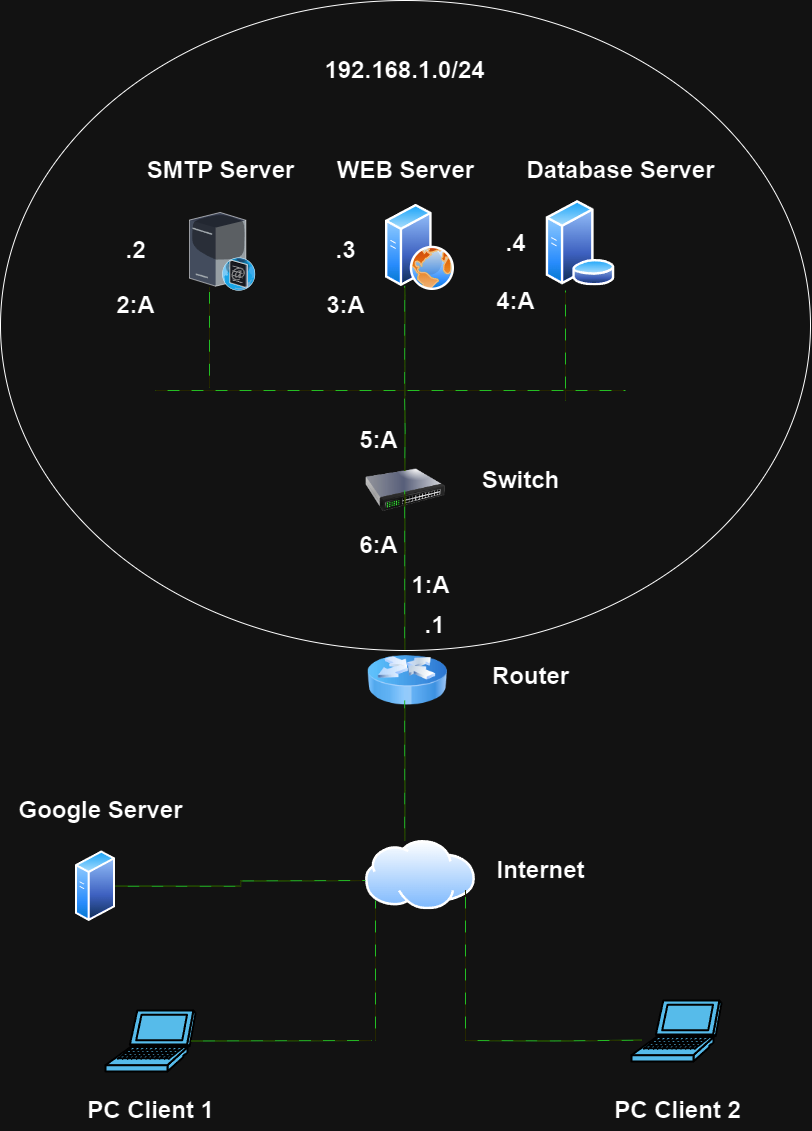
Before: src/main/resources/static/images/README/schemas/network/marketnexus_network.png, a diagram exported from draw.io (MattDEV02/MarketNexus). Source tidied: cells renumbered, new cells last; positions are measured from the earlier drawing's top-left corner, leaving out a move shared by most shapes. Its diagram source:
```xml
<mxGraphModel>
  <root>
    <mxCell id="0" />
    <mxCell id="1" parent="0" />
    <mxCell id="2" style="shape=mxgraph.cisco.computers_and_peripherals.laptop;html=1;dashed=0;fillColor=#036897;strokeColor=#ffffff;strokeWidth=2;verticalLabelPosition=bottom;verticalAlign=top;align=center;" parent="1" vertex="1">
      <mxGeometry x="631" y="1000" width="90" height="61" as="geometry" />
    </mxCell>
    <mxCell id="3" style="shape=mxgraph.cisco.computers_and_peripherals.laptop;html=1;dashed=0;fillColor=#036897;strokeColor=#ffffff;strokeWidth=2;verticalLabelPosition=bottom;verticalAlign=top;align=center;outlineConnect=0;" parent="1" vertex="1">
      <mxGeometry x="105" y="1010" width="90" height="61" as="geometry" />
    </mxCell>
    <mxCell id="4" style="image;perimeter=ellipsePerimeter;html=1;align=center;shadow=0;dashed=0;spacingTop=3;image=img/lib/active_directory/internet_cloud.svg;" parent="1" vertex="1">
      <mxGeometry x="365" y="840" width="110" height="69.3" as="geometry" />
    </mxCell>
    <mxCell id="5" style="image;perimeter=ellipsePerimeter;html=1;align=center;shadow=0;dashed=0;spacingTop=3;image=img/lib/active_directory/database_server.svg;" parent="1" vertex="1">
      <mxGeometry x="545" y="200" width="70" height="85.4" as="geometry" />
    </mxCell>
    <mxCell id="6" style="image;perimeter=ellipsePerimeter;html=1;align=center;shadow=0;dashed=0;spacingTop=3;image=img/lib/active_directory/web_server.svg;" parent="1" vertex="1">
      <mxGeometry x="385" y="203.8" width="69" height="86.2" as="geometry" />
    </mxCell>
    <mxCell id="7" style="verticalLabelPosition=bottom;sketch=0;html=1;verticalAlign=top;strokeColor=none;align=center;shape=mxgraph.citrix.smtp_server;" parent="1" vertex="1">
      <mxGeometry x="189" y="210" width="66" height="79.9" as="geometry" />
    </mxCell>
    <mxCell id="8" style="image;perimeter=ellipsePerimeter;html=1;align=center;shadow=0;dashed=0;spacingTop=3;image=img/lib/active_directory/generic_server.svg;" parent="1" vertex="1">
      <mxGeometry x="75" y="850" width="40" height="71.4" as="geometry" />
    </mxCell>
    <mxCell id="9" style="image;html=1;image=img/lib/clip_art/networking/Switch_128x128.png;" parent="1" vertex="1">
      <mxGeometry x="365" y="450" width="80" height="80" as="geometry" />
    </mxCell>
    <mxCell id="10" style="image;html=1;image=img/lib/clip_art/networking/Router_Icon_128x128.png;" parent="1" vertex="1">
      <mxGeometry x="367" y="640" width="80" height="80" as="geometry" />
    </mxCell>
    <mxCell id="11" style="shape=wire;edgeStyle=orthogonalEdgeStyle;orthogonalLoop=1;jettySize=auto;html=1;sourcePerimeterSpacing=0;targetPerimeterSpacing=0;endArrow=none;curved=0;rounded=0;strokeColor=#009900;dashed=1;fillColor=#ffff00;dashPattern=12 12;fixDash=1;startSize=6;endSize=6;" parent="1" edge="1">
      <mxGeometry relative="1" as="geometry">
        <mxPoint x="155" y="390" as="sourcePoint" />
        <mxPoint x="625" y="390" as="targetPoint" />
      </mxGeometry>
    </mxCell>
    <mxCell id="12" style="shape=wire;edgeStyle=orthogonalEdgeStyle;orthogonalLoop=1;jettySize=auto;html=1;sourcePerimeterSpacing=0;targetPerimeterSpacing=0;endArrow=none;curved=0;rounded=0;strokeColor=#009900;dashed=1;fillColor=#ffff00;dashPattern=12 12;fixDash=1;startSize=6;endSize=6;" parent="1" edge="1">
      <mxGeometry relative="1" as="geometry">
        <mxPoint x="404.2" y="470" as="sourcePoint" />
        <mxPoint x="404" y="390" as="targetPoint" />
      </mxGeometry>
    </mxCell>
    <mxCell id="13" style="shape=wire;edgeStyle=orthogonalEdgeStyle;orthogonalLoop=1;jettySize=auto;html=1;sourcePerimeterSpacing=0;targetPerimeterSpacing=0;endArrow=none;curved=0;rounded=0;strokeColor=#009900;dashed=1;fillColor=#ffff00;dashPattern=12 12;fixDash=1;startSize=6;endSize=6;" parent="1" edge="1">
      <mxGeometry relative="1" as="geometry">
        <mxPoint x="404.2" y="650" as="sourcePoint" />
        <mxPoint x="404.2" y="490" as="targetPoint" />
        <Array as="points">
          <mxPoint x="404.2" y="550" />
          <mxPoint x="404.2" y="550" />
        </Array>
      </mxGeometry>
    </mxCell>
    <mxCell id="14" style="shape=wire;edgeStyle=orthogonalEdgeStyle;orthogonalLoop=1;jettySize=auto;html=1;sourcePerimeterSpacing=0;targetPerimeterSpacing=0;endArrow=none;curved=0;rounded=0;strokeColor=#009900;dashed=1;fillColor=#ffff00;dashPattern=12 12;fixDash=1;startSize=6;endSize=6;" parent="1" edge="1">
      <mxGeometry relative="1" as="geometry">
        <mxPoint x="404.2" y="840" as="sourcePoint" />
        <mxPoint x="404.2" y="700" as="targetPoint" />
        <Array as="points">
          <mxPoint x="404.2" y="790" />
          <mxPoint x="404.2" y="790" />
        </Array>
      </mxGeometry>
    </mxCell>
    <mxCell id="15" style="shape=wire;edgeStyle=orthogonalEdgeStyle;jettySize=auto;html=1;sourcePerimeterSpacing=0;targetPerimeterSpacing=0;endArrow=none;curved=0;rounded=0;strokeColor=#009900;dashed=1;fillColor=#ffff00;dashPattern=12 12;fixDash=1;startSize=6;endSize=6;exitX=1;exitY=0.5;exitDx=0;exitDy=0;" parent="1" edge="1" source="8">
      <mxGeometry relative="1" as="geometry">
        <mxPoint x="365" y="880" as="targetPoint" />
      </mxGeometry>
    </mxCell>
    <mxCell id="16" style="edgeStyle=orthogonalEdgeStyle;rounded=0;orthogonalLoop=1;jettySize=auto;html=1;exitX=0.5;exitY=1;exitDx=0;exitDy=0;exitPerimeter=0;" parent="1" edge="1" source="3" target="3">
      <mxGeometry relative="1" as="geometry" />
    </mxCell>
    <mxCell id="17" style="shape=wire;edgeStyle=orthogonalEdgeStyle;jettySize=auto;html=1;sourcePerimeterSpacing=0;targetPerimeterSpacing=0;endArrow=none;curved=0;rounded=0;strokeColor=#009900;dashed=1;fillColor=#ffff00;dashPattern=12 12;fixDash=1;startSize=6;endSize=6;exitX=0.95;exitY=0.5;exitDx=0;exitDy=0;exitPerimeter=0;" parent="1" edge="1" source="3">
      <mxGeometry relative="1" as="geometry">
        <mxPoint x="371" y="1040" as="targetPoint" />
      </mxGeometry>
    </mxCell>
    <mxCell id="18" style="shape=wire;edgeStyle=orthogonalEdgeStyle;orthogonalLoop=1;jettySize=auto;html=1;sourcePerimeterSpacing=0;targetPerimeterSpacing=0;endArrow=none;curved=0;rounded=0;strokeColor=#009900;dashed=1;fillColor=#ffff00;dashPattern=12 12;fixDash=1;startSize=6;endSize=6;" parent="1" edge="1">
      <mxGeometry relative="1" as="geometry">
        <mxPoint x="465" y="1040" as="sourcePoint" />
        <mxPoint x="641" y="1039.7" as="targetPoint" />
      </mxGeometry>
    </mxCell>
    <mxCell id="19" style="shape=wire;edgeStyle=orthogonalEdgeStyle;orthogonalLoop=1;jettySize=auto;html=1;sourcePerimeterSpacing=0;targetPerimeterSpacing=0;endArrow=none;curved=0;rounded=0;strokeColor=#009900;dashed=1;fillColor=#ffff00;dashPattern=12 12;fixDash=1;startSize=6;endSize=6;" parent="1" edge="1">
      <mxGeometry relative="1" as="geometry">
        <mxPoint x="465" y="1040" as="sourcePoint" />
        <mxPoint x="465" y="890" as="targetPoint" />
      </mxGeometry>
    </mxCell>
    <mxCell id="20" style="shape=wire;edgeStyle=orthogonalEdgeStyle;orthogonalLoop=1;jettySize=auto;html=1;sourcePerimeterSpacing=0;targetPerimeterSpacing=0;endArrow=none;curved=0;rounded=0;strokeColor=#009900;dashed=1;fillColor=#ffff00;dashPattern=12 12;fixDash=1;startSize=6;endSize=6;" parent="1" edge="1">
      <mxGeometry relative="1" as="geometry">
        <mxPoint x="375" y="1040" as="sourcePoint" />
        <mxPoint x="375" y="900" as="targetPoint" />
      </mxGeometry>
    </mxCell>
    <mxCell id="21" style="shape=wire;edgeStyle=orthogonalEdgeStyle;orthogonalLoop=1;jettySize=auto;html=1;sourcePerimeterSpacing=0;targetPerimeterSpacing=0;endArrow=none;curved=0;rounded=0;strokeColor=#009900;dashed=1;fillColor=#ffff00;dashPattern=12 12;fixDash=1;startSize=6;endSize=6;" parent="1" edge="1">
      <mxGeometry relative="1" as="geometry">
        <mxPoint x="209" y="387.3" as="sourcePoint" />
        <mxPoint x="209" y="287.3" as="targetPoint" />
      </mxGeometry>
    </mxCell>
    <mxCell id="22" style="shape=wire;edgeStyle=orthogonalEdgeStyle;orthogonalLoop=1;jettySize=auto;html=1;sourcePerimeterSpacing=0;targetPerimeterSpacing=0;endArrow=none;curved=0;rounded=0;strokeColor=#009900;dashed=1;fillColor=#ffff00;dashPattern=12 12;fixDash=1;startSize=6;endSize=6;" parent="1" edge="1">
      <mxGeometry relative="1" as="geometry">
        <mxPoint x="404.2" y="395.4" as="sourcePoint" />
        <mxPoint x="404.2" y="285.4" as="targetPoint" />
        <Array as="points">
          <mxPoint x="404.2" y="295.4" />
          <mxPoint x="404.2" y="295.4" />
        </Array>
      </mxGeometry>
    </mxCell>
    <mxCell id="23" style="shape=wire;edgeStyle=orthogonalEdgeStyle;orthogonalLoop=1;jettySize=auto;html=1;sourcePerimeterSpacing=0;targetPerimeterSpacing=0;endArrow=none;curved=0;rounded=0;strokeColor=#009900;dashed=1;fillColor=#ffff00;dashPattern=12 12;fixDash=1;startSize=6;endSize=6;" parent="1" edge="1">
      <mxGeometry relative="1" as="geometry">
        <mxPoint x="565" y="400" as="sourcePoint" />
        <mxPoint x="565" y="290" as="targetPoint" />
        <Array as="points">
          <mxPoint x="565" y="400" />
          <mxPoint x="565" y="400" />
        </Array>
      </mxGeometry>
    </mxCell>
    <mxCell id="24" value="SMTP Server" style="text;strokeColor=none;fillColor=none;html=1;fontSize=24;fontStyle=1;verticalAlign=middle;align=center;" parent="1" vertex="1">
      <mxGeometry x="175" y="150" width="90" height="40" as="geometry" />
    </mxCell>
    <mxCell id="25" value="WEB Server" style="text;strokeColor=none;fillColor=none;html=1;fontSize=24;fontStyle=1;verticalAlign=middle;align=center;" parent="1" vertex="1">
      <mxGeometry x="360" y="150" width="90" height="40" as="geometry" />
    </mxCell>
    <mxCell id="26" value="Database Server" style="text;strokeColor=none;fillColor=none;html=1;fontSize=24;fontStyle=1;verticalAlign=middle;align=center;" parent="1" vertex="1">
      <mxGeometry x="575" y="150" width="90" height="40" as="geometry" />
    </mxCell>
    <mxCell id="27" value="Switch" style="text;strokeColor=none;fillColor=none;html=1;fontSize=24;fontStyle=1;verticalAlign=middle;align=center;" parent="1" vertex="1">
      <mxGeometry x="475" y="460" width="90" height="40" as="geometry" />
    </mxCell>
    <mxCell id="28" value="Router" style="text;strokeColor=none;fillColor=none;html=1;fontSize=24;fontStyle=1;verticalAlign=middle;align=center;" parent="1" vertex="1">
      <mxGeometry x="485" y="656" width="90" height="40" as="geometry" />
    </mxCell>
    <mxCell id="29" value="Google Server" style="text;strokeColor=none;fillColor=none;html=1;fontSize=24;fontStyle=1;verticalAlign=middle;align=center;" parent="1" vertex="1">
      <mxGeometry x="55" y="790" width="90" height="40" as="geometry" />
    </mxCell>
    <mxCell id="30" value="Internet" style="text;strokeColor=none;fillColor=none;html=1;fontSize=24;fontStyle=1;verticalAlign=middle;align=center;" parent="1" vertex="1">
      <mxGeometry x="495" y="850" width="90" height="40" as="geometry" />
    </mxCell>
    <mxCell id="31" value="PC Client 1" style="text;strokeColor=none;fillColor=none;html=1;fontSize=24;fontStyle=1;verticalAlign=middle;align=center;" parent="1" vertex="1">
      <mxGeometry x="105" y="1090" width="90" height="40" as="geometry" />
    </mxCell>
    <mxCell id="32" value="PC Client 2" style="text;strokeColor=none;fillColor=none;html=1;fontSize=24;fontStyle=1;verticalAlign=middle;align=center;" parent="1" vertex="1">
      <mxGeometry x="632" y="1090" width="90" height="40" as="geometry" />
    </mxCell>
    <mxCell id="33" style="ellipse;whiteSpace=wrap;html=1;fillColor=none;" parent="1" vertex="1">
      <mxGeometry width="810" height="650" as="geometry" />
    </mxCell>
    <mxCell id="34" value="192.168.1.0/24" style="text;strokeColor=none;fillColor=none;html=1;fontSize=24;fontStyle=1;verticalAlign=middle;align=center;" parent="1" vertex="1">
      <mxGeometry x="354" y="50" width="100" height="40" as="geometry" />
    </mxCell>
    <mxCell id="35" value=".2" style="text;strokeColor=none;fillColor=none;html=1;fontSize=24;fontStyle=1;verticalAlign=middle;align=center;" parent="1" vertex="1">
      <mxGeometry x="85" y="229.9" width="100" height="40" as="geometry" />
    </mxCell>
    <mxCell id="36" value=".3" style="text;strokeColor=none;fillColor=none;html=1;fontSize=24;fontStyle=1;verticalAlign=middle;align=center;" parent="1" vertex="1">
      <mxGeometry x="295" y="229.9" width="100" height="40" as="geometry" />
    </mxCell>
    <mxCell id="37" value=".4&lt;span style=&quot;color: rgba(0, 0, 0, 0); font-family: monospace; font-size: 0px; font-weight: 400; text-align: start;&quot;&gt;%3CmxGraphModel%3E%3Croot%3E%3CmxCell%20id%3D%220%22%2F%3E%3CmxCell%20id%3D%221%22%20parent%3D%220%22%2F%3E%3CmxCell%20id%3D%222%22%20value%3D%22.1%22%20style%3D%22text%3BstrokeColor%3Dnone%3BfillColor%3Dnone%3Bhtml%3D1%3BfontSize%3D24%3BfontStyle%3D1%3BverticalAlign%3Dmiddle%3Balign%3Dcenter%3B%22%20vertex%3D%221%22%20parent%3D%221%22%3E%3CmxGeometry%20x%3D%22120%22%20y%3D%22229.94%22%20width%3D%22100%22%20height%3D%2240%22%20as%3D%22geometry%22%2F%3E%3C%2FmxCell%3E%3C%2Froot%3E%3C%2FmxGraphModel%3E&lt;/span&gt;" style="text;strokeColor=none;fillColor=none;html=1;fontSize=24;fontStyle=1;verticalAlign=middle;align=center;" parent="1" vertex="1">
      <mxGeometry x="465" y="222.7" width="100" height="40" as="geometry" />
    </mxCell>
    <mxCell id="38" value=".1" style="text;strokeColor=none;fillColor=none;html=1;fontSize=24;fontStyle=1;verticalAlign=middle;align=center;" parent="1" vertex="1">
      <mxGeometry x="384" y="605" width="100" height="40" as="geometry" />
    </mxCell>
    <mxCell id="39" value="2:A" style="text;strokeColor=none;fillColor=none;html=1;fontSize=24;fontStyle=1;verticalAlign=middle;align=center;" parent="1" vertex="1">
      <mxGeometry x="85" y="285.4" width="100" height="40" as="geometry" />
    </mxCell>
    <mxCell id="40" value="3:A" style="text;strokeColor=none;fillColor=none;html=1;fontSize=24;fontStyle=1;verticalAlign=middle;align=center;" parent="1" vertex="1">
      <mxGeometry x="295" y="285.4" width="100" height="40" as="geometry" />
    </mxCell>
    <mxCell id="41" value="4:A" style="text;strokeColor=none;fillColor=none;html=1;fontSize=24;fontStyle=1;verticalAlign=middle;align=center;" parent="1" vertex="1">
      <mxGeometry x="465" y="281" width="100" height="40" as="geometry" />
    </mxCell>
    <mxCell id="42" value="1:A" style="text;strokeColor=none;fillColor=none;html=1;fontSize=24;fontStyle=1;verticalAlign=middle;align=center;" parent="1" vertex="1">
      <mxGeometry x="380" y="564.5" width="100" height="40" as="geometry" />
    </mxCell>
    <mxCell id="43" value="5:A" style="text;strokeColor=none;fillColor=none;html=1;fontSize=24;fontStyle=1;verticalAlign=middle;align=center;" parent="1" vertex="1">
      <mxGeometry x="328" y="420" width="100" height="40" as="geometry" />
    </mxCell>
    <mxCell id="44" value="6:A" style="text;strokeColor=none;fillColor=none;html=1;fontSize=24;fontStyle=1;verticalAlign=middle;align=center;" parent="1" vertex="1">
      <mxGeometry x="328" y="524.5" width="100" height="40" as="geometry" />
    </mxCell>
  </root>
</mxGraphModel>
```
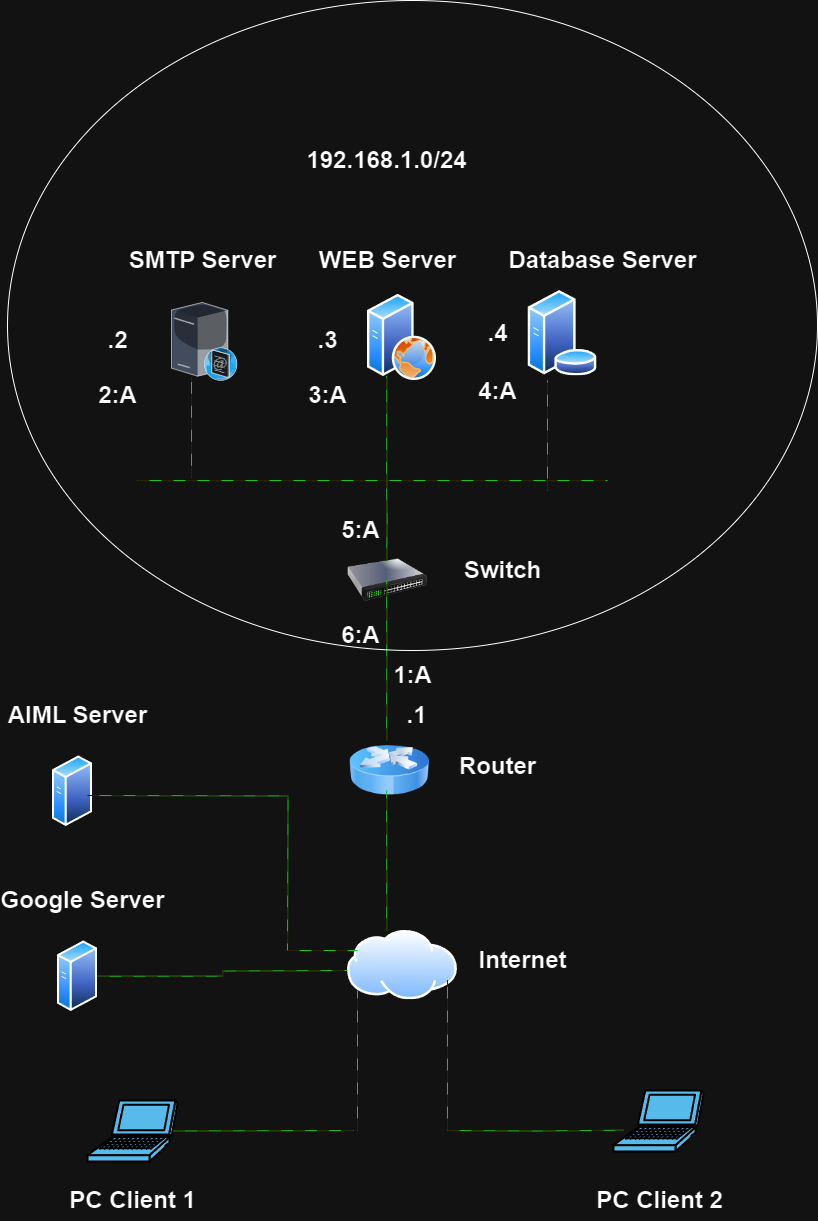
After the commit.

What changed in the source:
```diff
@@ -131,7 +131,7 @@
       <mxGeometry x="475" y="460" width="90" height="40" as="geometry" />
     </mxCell>
     <mxCell id="28" value="Router" style="text;strokeColor=none;fillColor=none;html=1;fontSize=24;fontStyle=1;verticalAlign=middle;align=center;" parent="1" vertex="1">
-      <mxGeometry x="485" y="656" width="90" height="40" as="geometry" />
+      <mxGeometry x="470" y="656" width="90" height="40" as="geometry" />
     </mxCell>
     <mxCell id="29" value="Google Server" style="text;strokeColor=none;fillColor=none;html=1;fontSize=24;fontStyle=1;verticalAlign=middle;align=center;" parent="1" vertex="1">
       <mxGeometry x="55" y="790" width="90" height="40" as="geometry" />
@@ -146,7 +146,7 @@
       <mxGeometry x="632" y="1090" width="90" height="40" as="geometry" />
     </mxCell>
     <mxCell id="33" style="ellipse;whiteSpace=wrap;html=1;fillColor=none;" parent="1" vertex="1">
-      <mxGeometry width="810" height="650" as="geometry" />
+      <mxGeometry x="25" y="-90" width="810" height="650" as="geometry" />
     </mxCell>
     <mxCell id="34" value="192.168.1.0/24" style="text;strokeColor=none;fillColor=none;html=1;fontSize=24;fontStyle=1;verticalAlign=middle;align=center;" parent="1" vertex="1">
       <mxGeometry x="354" y="50" width="100" height="40" as="geometry" />
@@ -181,5 +181,23 @@
     <mxCell id="44" value="6:A" style="text;strokeColor=none;fillColor=none;html=1;fontSize=24;fontStyle=1;verticalAlign=middle;align=center;" parent="1" vertex="1">
       <mxGeometry x="328" y="524.5" width="100" height="40" as="geometry" />
     </mxCell>
+    <mxCell id="45" style="image;perimeter=ellipsePerimeter;html=1;align=center;shadow=0;dashed=0;spacingTop=3;image=img/lib/active_directory/generic_server.svg;" parent="1" vertex="1">
+      <mxGeometry x="70" y="665" width="40" height="71.4" as="geometry" />
+    </mxCell>
+    <mxCell id="46" value="AIML Server" style="text;strokeColor=none;fillColor=none;html=1;fontSize=24;fontStyle=1;verticalAlign=middle;align=center;" parent="1" vertex="1">
+      <mxGeometry x="50" y="605" width="90" height="40" as="geometry" />
+    </mxCell>
+    <mxCell id="47" style="shape=wire;edgeStyle=orthogonalEdgeStyle;orthogonalLoop=1;jettySize=auto;html=1;sourcePerimeterSpacing=0;targetPerimeterSpacing=0;endArrow=none;curved=0;rounded=0;strokeColor=#009900;dashed=1;fillColor=#ffff00;dashPattern=12 12;fixDash=1;startSize=6;endSize=6;exitX=1;exitY=0.5;exitDx=0;exitDy=0;" parent="1" edge="1">
+      <mxGeometry relative="1" as="geometry">
+        <mxPoint x="105" y="705" as="sourcePoint" />
+        <mxPoint x="305" y="860" as="targetPoint" />
+      </mxGeometry>
+    </mxCell>
+    <mxCell id="48" style="shape=wire;edgeStyle=orthogonalEdgeStyle;orthogonalLoop=1;jettySize=auto;html=1;sourcePerimeterSpacing=0;targetPerimeterSpacing=0;endArrow=none;curved=0;rounded=0;strokeColor=#009900;dashed=1;fillColor=#ffff00;dashPattern=12 12;fixDash=1;startSize=6;endSize=6;" parent="1" edge="1">
+      <mxGeometry relative="1" as="geometry">
+        <mxPoint x="305" y="860" as="sourcePoint" />
+        <mxPoint x="375" y="860" as="targetPoint" />
+      </mxGeometry>
+    </mxCell>
   </root>
 </mxGraphModel>
```
